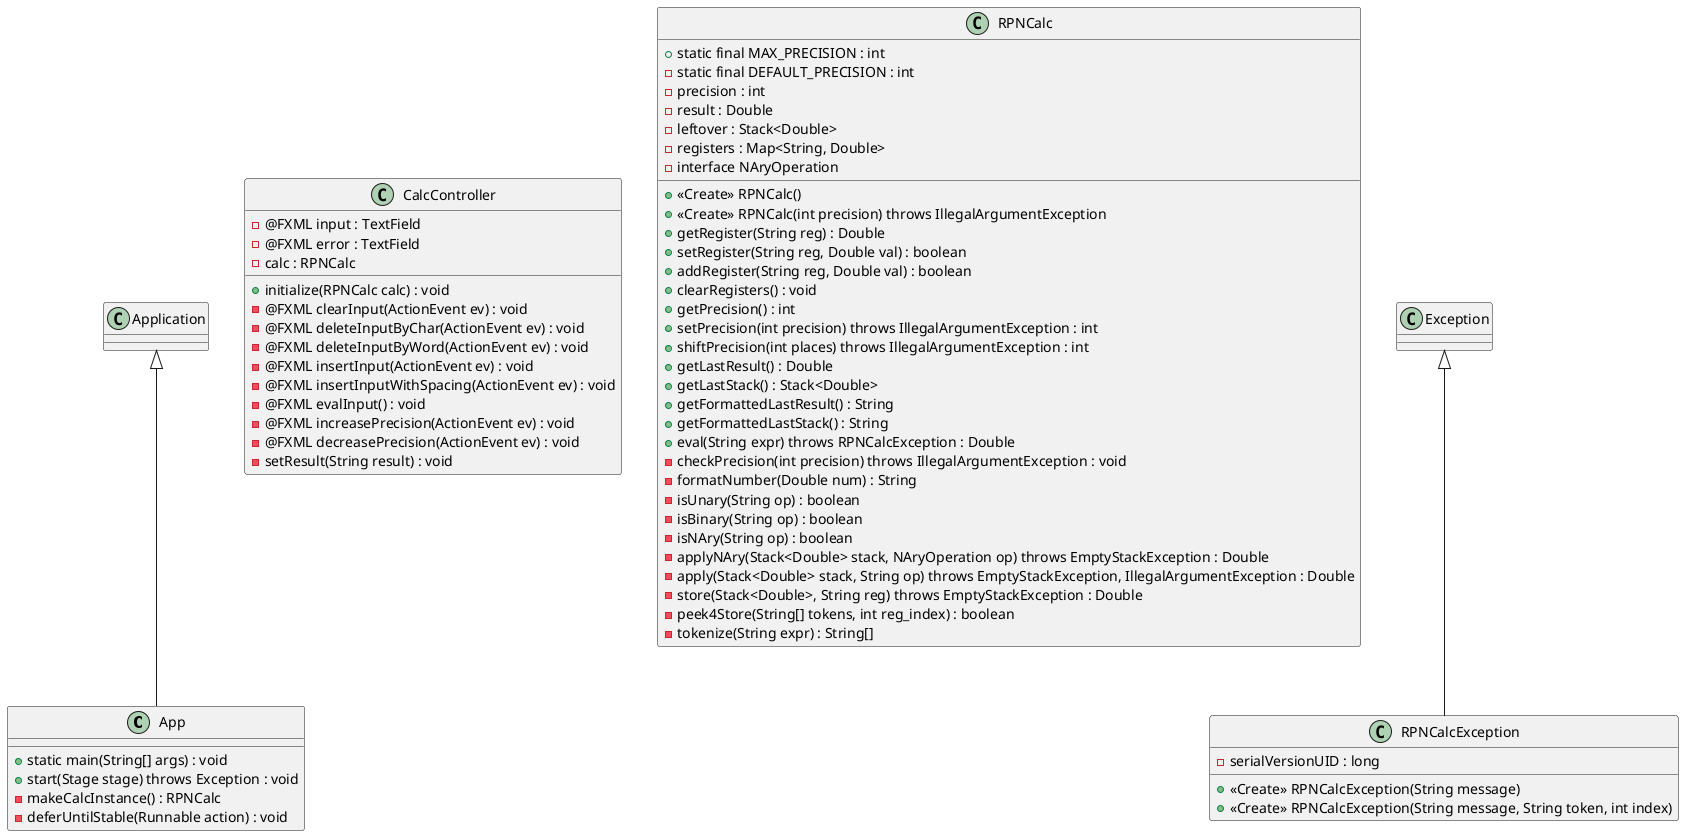
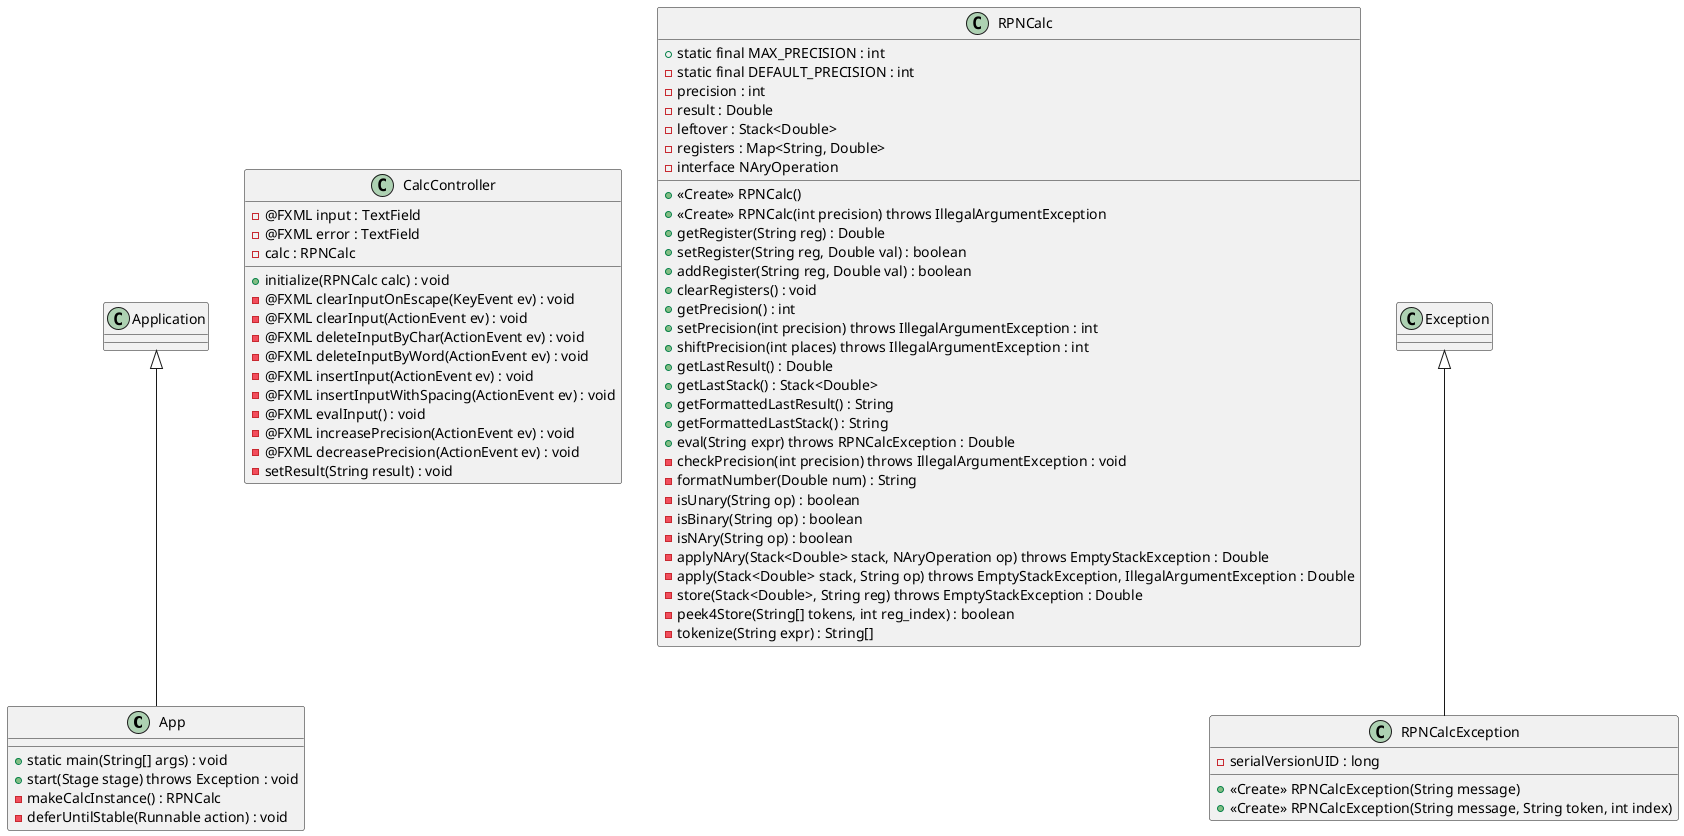
@startuml rpn-calc

class App extends Application {
    + static main(String[] args) : void
    + start(Stage stage) throws Exception : void
    - makeCalcInstance() : RPNCalc
    - deferUntilStable(Runnable action) : void
}

class CalcController {
    - @FXML input : TextField
    - @FXML error : TextField
    - calc : RPNCalc
    + initialize(RPNCalc calc) : void
+     - @FXML clearInputOnEscape(KeyEvent ev) : void
    - @FXML clearInput(ActionEvent ev) : void
    - @FXML deleteInputByChar(ActionEvent ev) : void
    - @FXML deleteInputByWord(ActionEvent ev) : void
    - @FXML insertInput(ActionEvent ev) : void
    - @FXML insertInputWithSpacing(ActionEvent ev) : void
    - @FXML evalInput() : void
    - @FXML increasePrecision(ActionEvent ev) : void
    - @FXML decreasePrecision(ActionEvent ev) : void
    - setResult(String result) : void
}

class RPNCalc {
    + static final MAX_PRECISION : int
    - static final DEFAULT_PRECISION : int
    - precision : int
    - result : Double
    - leftover : Stack<Double>
    - registers : Map<String, Double>
    - interface NAryOperation
    + <<Create>> RPNCalc()
    + <<Create>> RPNCalc(int precision) throws IllegalArgumentException
    + getRegister(String reg) : Double
    + setRegister(String reg, Double val) : boolean
    + addRegister(String reg, Double val) : boolean
    + clearRegisters() : void
    + getPrecision() : int
    + setPrecision(int precision) throws IllegalArgumentException : int
    + shiftPrecision(int places) throws IllegalArgumentException : int
    + getLastResult() : Double
    + getLastStack() : Stack<Double>
    + getFormattedLastResult() : String
    + getFormattedLastStack() : String
    + eval(String expr) throws RPNCalcException : Double
    - checkPrecision(int precision) throws IllegalArgumentException : void
    - formatNumber(Double num) : String
    - isUnary(String op) : boolean
    - isBinary(String op) : boolean
    - isNAry(String op) : boolean
    - applyNAry(Stack<Double> stack, NAryOperation op) throws EmptyStackException : Double
    - apply(Stack<Double> stack, String op) throws EmptyStackException, IllegalArgumentException : Double
    - store(Stack<Double>, String reg) throws EmptyStackException : Double
    - peek4Store(String[] tokens, int reg_index) : boolean
    - tokenize(String expr) : String[]
}

class RPNCalcException extends Exception {
    - serialVersionUID : long
    + <<Create>> RPNCalcException(String message)
    + <<Create>> RPNCalcException(String message, String token, int index)
}

@enduml
